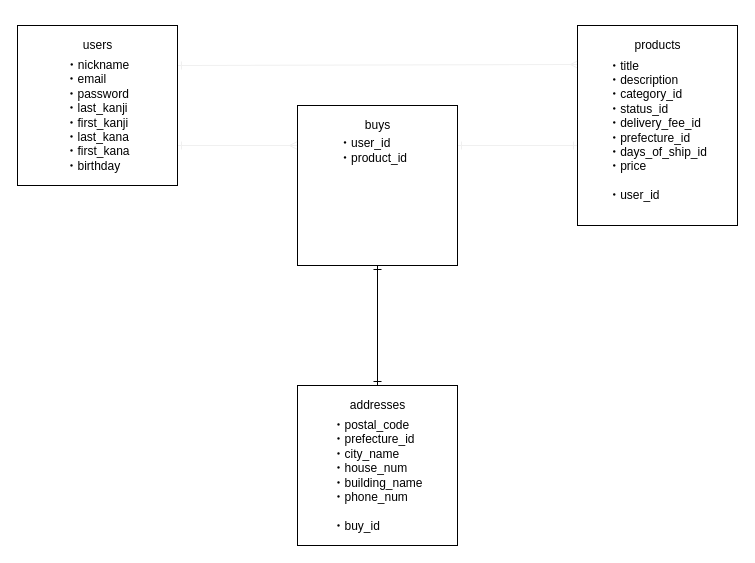
Earlier version of the draw.io diagram er.dio (hiroooooooooo/furima-35946). Source tidied: cells renumbered, new cells numbered last; positions are measured from the earlier drawing's top-left corner, leaving out a move shared by most shapes. Both pictures are drawn from the tidied source at 100%, with x=0, y=0 at pixel (17, 25).
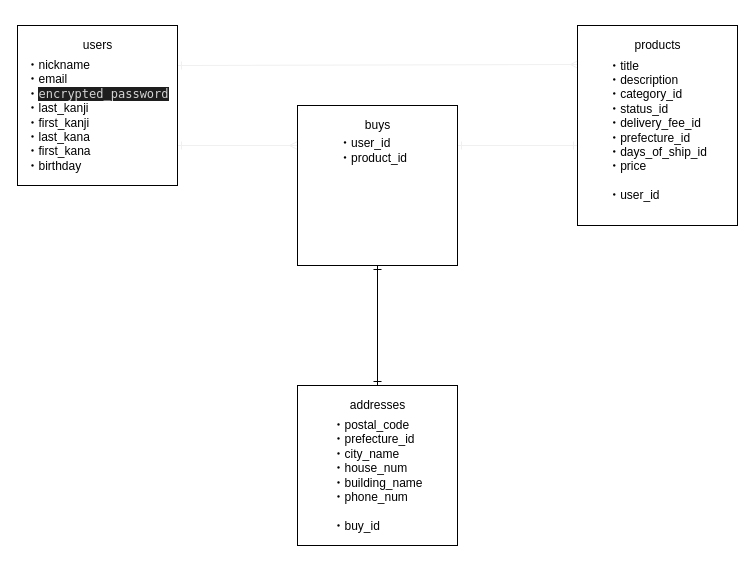
Above is the later version.

Change to the diagram source:
```diff
@@
 <mxGraphModel>
   <root>
     <mxCell id="0" />
     <mxCell id="1" parent="0" />
     <mxCell id="2" style="edgeStyle=none;rounded=0;jettySize=auto;html=1;exitX=1;exitY=0.25;exitDx=0;exitDy=0;entryX=0.006;entryY=0.195;entryDx=0;entryDy=0;startArrow=ERone;startFill=0;endArrow=ERmany;endFill=0;endSize=6;strokeColor=#f0f0f0;strokeWidth=1;entryPerimeter=0;" parent="1" edge="1" source="4" target="9">
       <mxGeometry relative="1" as="geometry" />
     </mxCell>
     <mxCell id="3" style="edgeStyle=none;rounded=0;jettySize=auto;html=1;exitX=1;exitY=0.75;exitDx=0;exitDy=0;entryX=0;entryY=0.25;entryDx=0;entryDy=0;startArrow=ERone;startFill=0;endArrow=ERmany;endFill=0;endSize=6;strokeColor=#f0f0f0;strokeWidth=1;" parent="1" edge="1" source="4" target="13">
       <mxGeometry relative="1" as="geometry" />
     </mxCell>
     <mxCell id="4" style="whiteSpace=wrap;html=1;" parent="1" vertex="1">
       <mxGeometry width="160" height="160" as="geometry" />
     </mxCell>
     <mxCell id="5" value="users" style="text;html=1;align=center;verticalAlign=middle;rotation=0;" parent="1" vertex="1">
       <mxGeometry x="60" y="10" width="40" height="20" as="geometry" />
     </mxCell>
-    <mxCell id="6" value="・nickname&lt;br&gt;&lt;div style=&quot;text-align: left&quot;&gt;&lt;span&gt;・email&lt;/span&gt;&lt;/div&gt;&lt;div style=&quot;text-align: left&quot;&gt;・password&lt;/div&gt;&lt;div style=&quot;text-align: left&quot;&gt;・last_kanji&lt;/div&gt;&lt;div style=&quot;text-align: left&quot;&gt;・first_kanji&lt;/div&gt;&lt;div style=&quot;text-align: left&quot;&gt;・last_kana&lt;/div&gt;&lt;div style=&quot;text-align: left&quot;&gt;・first_kana&lt;/div&gt;&lt;div style=&quot;text-align: left&quot;&gt;・birthday&lt;/div&gt;" style="text;html=1;align=center;verticalAlign=middle;" parent="1" vertex="1">
-      <mxGeometry x="40" y="30" width="80" height="120" as="geometry" />
+    <mxCell id="6" value="&lt;div style=&quot;text-align: left&quot;&gt;&lt;span&gt;・nickname&lt;/span&gt;&lt;/div&gt;&lt;div style=&quot;text-align: left&quot;&gt;&lt;span&gt;・email&lt;/span&gt;&lt;/div&gt;&lt;div style=&quot;text-align: left&quot;&gt;・&lt;span style=&quot;background-color: rgb(30 , 30 , 30) ; color: rgb(212 , 212 , 212) ; font-family: &amp;#34;menlo&amp;#34; , &amp;#34;monaco&amp;#34; , &amp;#34;courier new&amp;#34; , monospace ; text-align: center&quot;&gt;encrypted_password&lt;/span&gt;&lt;/div&gt;&lt;div style=&quot;text-align: left&quot;&gt;・last_kanji&lt;/div&gt;&lt;div style=&quot;text-align: left&quot;&gt;・first_kanji&lt;/div&gt;&lt;div style=&quot;text-align: left&quot;&gt;・last_kana&lt;/div&gt;&lt;div style=&quot;text-align: left&quot;&gt;・first_kana&lt;/div&gt;&lt;div style=&quot;text-align: left&quot;&gt;・birthday&lt;/div&gt;" style="text;html=1;align=center;verticalAlign=middle;" parent="1" vertex="1">
+      <mxGeometry y="30" width="160" height="120" as="geometry" />
     </mxCell>
     <mxCell id="7" style="edgeStyle=none;rounded=0;orthogonalLoop=1;jettySize=auto;html=1;exitX=0.5;exitY=0;exitDx=0;exitDy=0;startArrow=ERmany;startFill=0;endArrow=ERone;endFill=0;endSize=6;strokeColor=#f0f0f0;strokeWidth=1;entryX=0.5;entryY=0;entryDx=0;entryDy=0;" parent="1" edge="1" source="9" target="9">
       <mxGeometry relative="1" as="geometry" />
     </mxCell>
     <mxCell id="8" style="edgeStyle=none;rounded=0;jettySize=auto;html=1;entryX=1;entryY=0.25;entryDx=0;entryDy=0;startArrow=ERone;startFill=0;endArrow=ERone;endFill=0;endSize=6;strokeColor=#f0f0f0;strokeWidth=1;" parent="1" edge="1" target="13">
       <mxGeometry relative="1" as="geometry">
         <mxPoint x="560" y="120" as="sourcePoint" />
       </mxGeometry>
     </mxCell>
     <mxCell id="9" style="whiteSpace=wrap;html=1;" parent="1" vertex="1">
       <mxGeometry x="560" width="160" height="200" as="geometry" />
     </mxCell>
     <mxCell id="10" value="products" style="text;html=1;align=center;verticalAlign=middle;" parent="1" vertex="1">
       <mxGeometry x="610" y="10" width="60" height="20" as="geometry" />
     </mxCell>
     <mxCell id="11" value="&lt;div style=&quot;text-align: left&quot;&gt;&lt;span&gt;・title&lt;/span&gt;&lt;/div&gt;&lt;div style=&quot;text-align: left&quot;&gt;・description&lt;/div&gt;&lt;div style=&quot;text-align: left&quot;&gt;・category_id&lt;/div&gt;&lt;div style=&quot;text-align: left&quot;&gt;・status_id&lt;/div&gt;&lt;div style=&quot;text-align: left&quot;&gt;・delivery_fee_id&lt;/div&gt;&lt;div style=&quot;text-align: left&quot;&gt;・prefecture_id&lt;/div&gt;&lt;div style=&quot;text-align: left&quot;&gt;・days_of_ship_id&lt;/div&gt;&lt;div style=&quot;text-align: left&quot;&gt;・price&lt;/div&gt;&lt;div style=&quot;text-align: left&quot;&gt;&lt;br&gt;&lt;/div&gt;&lt;div style=&quot;text-align: left&quot;&gt;・user_id&lt;/div&gt;" style="text;html=1;align=center;verticalAlign=middle;" parent="1" vertex="1">
       <mxGeometry x="585" y="30" width="110" height="150" as="geometry" />
     </mxCell>
     <mxCell id="12" style="edgeStyle=orthogonalEdgeStyle;rounded=0;jettySize=auto;html=1;exitX=0.5;exitY=1;exitDx=0;exitDy=0;entryX=0.5;entryY=0;entryDx=0;entryDy=0;endArrow=ERone;endFill=0;startArrow=ERone;startFill=0;" parent="1" edge="1" source="13" target="16">
       <mxGeometry relative="1" as="geometry" />
     </mxCell>
     <mxCell id="13" style="whiteSpace=wrap;html=1;" parent="1" vertex="1">
       <mxGeometry x="280" y="80" width="160" height="160" as="geometry" />
     </mxCell>
     <mxCell id="14" value="buys" style="text;html=1;align=center;verticalAlign=middle;rotation=0;" parent="1" vertex="1">
       <mxGeometry x="340" y="90" width="40" height="20" as="geometry" />
     </mxCell>
     <mxCell id="15" value="・user_id&lt;br&gt;&lt;div style=&quot;&quot;&gt;&lt;span&gt;・product_id&lt;br&gt;&lt;/span&gt;&lt;/div&gt;" style="text;html=1;align=left;verticalAlign=middle;" parent="1" vertex="1">
       <mxGeometry x="320" y="110" width="80" height="30" as="geometry" />
     </mxCell>
     <mxCell id="16" style="whiteSpace=wrap;html=1;" parent="1" vertex="1">
       <mxGeometry x="280" y="360" width="160" height="160" as="geometry" />
     </mxCell>
     <mxCell id="17" value="addresses" style="text;html=1;align=center;verticalAlign=middle;rotation=0;" parent="1" vertex="1">
       <mxGeometry x="325" y="370" width="70" height="20" as="geometry" />
     </mxCell>
     <mxCell id="18" value="&lt;div style=&quot;text-align: left&quot;&gt;&lt;span&gt;・postal_code&lt;/span&gt;&lt;/div&gt;&lt;div style=&quot;text-align: left&quot;&gt;&lt;span&gt;・prefecture_id&lt;/span&gt;&lt;/div&gt;&lt;div style=&quot;text-align: left&quot;&gt;・city_name&lt;/div&gt;&lt;div style=&quot;text-align: left&quot;&gt;・house_num&lt;/div&gt;&lt;div style=&quot;text-align: left&quot;&gt;・building_name&lt;/div&gt;&lt;div style=&quot;text-align: left&quot;&gt;・phone_num&lt;/div&gt;&lt;div style=&quot;text-align: left&quot;&gt;&lt;br&gt;&lt;/div&gt;&lt;div style=&quot;text-align: left&quot;&gt;・buy_id&lt;/div&gt;" style="text;html=1;align=center;verticalAlign=middle;" parent="1" vertex="1">
       <mxGeometry x="305" y="390" width="110" height="120" as="geometry" />
     </mxCell>
   </root>
 </mxGraphModel>
```
